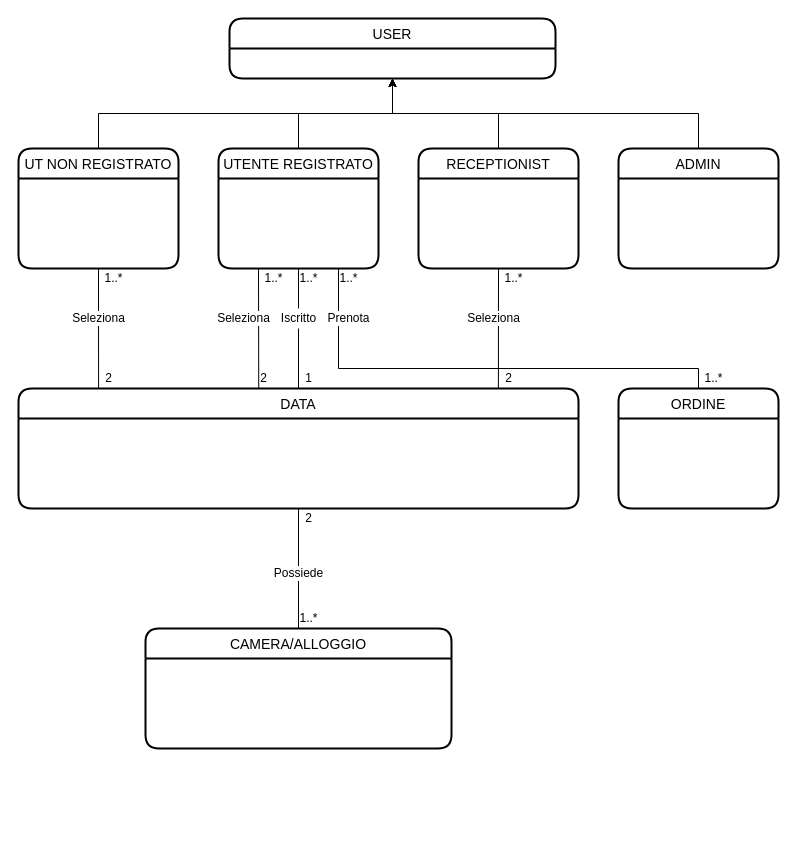
riccardobeniamino/ProgWebGruppo3 keeps this draw.io diagram as Documentazione/ModelloConcettuale.drawio. Above is the earlier version. Source tidied: cells renumbered, new cells numbered last; positions are measured from the earlier drawing's top-left corner, leaving out a move shared by most shapes. Both pictures are drawn from the tidied source at 100%, with x=0, y=0 at pixel (18, 18).
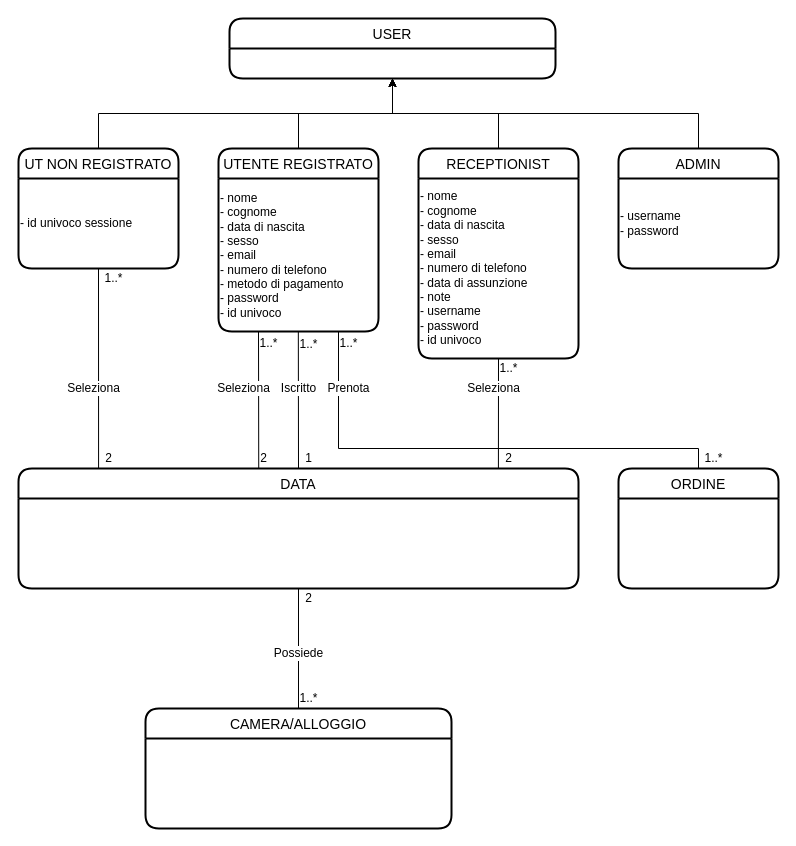
Above is the later version.

Unchanged cells that the change refers to:
```xml
<mxCell id="5" value="UT NON REGISTRATO" style="swimlane;horizontal=1;startSize=30;rounded=1;fontSize=14;fontStyle=0;strokeWidth=2;shadow=0;dashed=0;align=center;gradientColor=none;" parent="1" vertex="1">
  <mxGeometry y="130" width="160" height="120" as="geometry" />
</mxCell>
<mxCell id="14" value="ADMIN" style="swimlane;horizontal=1;startSize=30;rounded=1;fontSize=14;fontStyle=0;strokeWidth=2;shadow=0;dashed=0;align=center;gradientColor=none;" parent="1" vertex="1">
  <mxGeometry x="600" y="130" width="160" height="120" as="geometry" />
</mxCell>
```

Diff of the diagram source:
```diff
@@
+    <mxCell id="41" value="- id univoco sessione" style="text;html=1;align=left;verticalAlign=middle;strokeColor=none;fillColor=none;" parent="5" vertex="1">
+      <mxGeometry y="30" width="160" height="90" as="geometry" />
+    </mxCell>
@@
-    <mxCell id="8" style="edgeStyle=none;rounded=0;jettySize=auto;html=1;exitX=0.5;exitY=1;exitDx=0;exitDy=0;entryX=0.5;entryY=0;entryDx=0;entryDy=0;endArrow=none;endFill=0;startArrow=none;" parent="1" edge="1" source="27" target="17">
+    <mxCell id="8" style="edgeStyle=none;rounded=0;jettySize=auto;html=1;exitX=0.499;exitY=1.003;exitDx=0;exitDy=0;entryX=0.5;entryY=0;entryDx=0;entryDy=0;endArrow=none;endFill=0;startArrow=none;exitPerimeter=0;" parent="1" edge="1" source="42" target="17">
       <mxGeometry relative="1" as="geometry" />
     </mxCell>
     <mxCell id="9" value="UTENTE REGISTRATO" style="swimlane;horizontal=1;startSize=30;rounded=1;fontSize=14;fontStyle=0;strokeWidth=2;shadow=0;dashed=0;align=center;gradientColor=none;" parent="1" vertex="1">
-      <mxGeometry x="200" y="130" width="160" height="120" as="geometry" />
+      <mxGeometry x="200" y="130" width="160" height="183" as="geometry" />
     </mxCell>
+    <mxCell id="42" value="&lt;br&gt;- nome&lt;br&gt;- cognome&lt;br&gt;- data di nascita&lt;br&gt;- sesso&lt;br&gt;- email&lt;br&gt;- numero di telefono&lt;br&gt;- metodo di pagamento&lt;br&gt;- password&lt;br&gt;- id univoco&lt;br&gt;&lt;div&gt;&lt;br&gt;&lt;/div&gt;" style="text;html=1;align=left;verticalAlign=middle;points=[];strokeColor=none;fillColor=none;" parent="9" vertex="1">
+      <mxGeometry y="30" width="160" height="153" as="geometry" />
+    </mxCell>
@@
     <mxCell id="12" value="RECEPTIONIST" style="swimlane;horizontal=1;startSize=30;rounded=1;fontSize=14;fontStyle=0;strokeWidth=2;shadow=0;dashed=0;align=center;gradientColor=none;" parent="1" vertex="1">
-      <mxGeometry x="400" y="130" width="160" height="120" as="geometry" />
+      <mxGeometry x="400" y="130" width="160" height="210" as="geometry" />
     </mxCell>
+    <mxCell id="43" value="- nome&lt;br&gt;- cognome&lt;br&gt;- data di nascita&lt;br&gt;- sesso&lt;br&gt;- email&lt;br&gt;- numero di telefono&lt;br&gt;- data di assunzione&lt;br&gt;- note&lt;br&gt;- username&lt;br&gt;- password&lt;br&gt;- id univoco" style="text;html=1;align=left;verticalAlign=middle;strokeColor=none;fillColor=none;" parent="12" vertex="1">
+      <mxGeometry y="30" width="160" height="180" as="geometry" />
+    </mxCell>
@@
+    <mxCell id="44" value="- username&lt;br&gt;- password" style="text;html=1;align=left;verticalAlign=middle;strokeColor=none;fillColor=none;" parent="14" vertex="1">
+      <mxGeometry y="30" width="160" height="90" as="geometry" />
+    </mxCell>
     <mxCell id="15" value="CAMERA/ALLOGGIO" style="swimlane;horizontal=1;startSize=30;rounded=1;fontSize=14;fontStyle=0;strokeWidth=2;shadow=0;dashed=0;align=center;gradientColor=none;" parent="1" vertex="1">
-      <mxGeometry x="127" y="610" width="306" height="120" as="geometry" />
+      <mxGeometry x="127" y="690" width="306" height="120" as="geometry" />
     </mxCell>
@@
     <mxCell id="17" value="DATA" style="swimlane;horizontal=1;startSize=30;rounded=1;fontSize=14;fontStyle=0;strokeWidth=2;shadow=0;dashed=0;align=center;gradientColor=none;" parent="1" vertex="1">
-      <mxGeometry y="370" width="560" height="120" as="geometry" />
+      <mxGeometry y="450" width="560" height="120" as="geometry" />
     </mxCell>
     <mxCell id="18" value="Seleziona" style="text;html=1;align=center;verticalAlign=middle;strokeColor=none;fillColor=none;shadow=0;glass=0;labelBorderColor=none;labelBackgroundColor=default;" parent="1" vertex="1">
-      <mxGeometry x="190" y="290" width="70" height="20" as="geometry" />
+      <mxGeometry x="190" y="360" width="70" height="20" as="geometry" />
     </mxCell>
     <mxCell id="19" value="Seleziona" style="text;html=1;align=center;verticalAlign=middle;strokeColor=none;fillColor=none;shadow=0;glass=0;labelBorderColor=none;labelBackgroundColor=default;" parent="1" vertex="1">
-      <mxGeometry x="45" y="290" width="70" height="20" as="geometry" />
+      <mxGeometry x="40" y="360" width="70" height="20" as="geometry" />
     </mxCell>
     <mxCell id="20" value="Seleziona" style="text;html=1;align=center;verticalAlign=middle;strokeColor=none;fillColor=none;shadow=0;glass=0;labelBorderColor=none;labelBackgroundColor=default;" parent="1" vertex="1">
-      <mxGeometry x="440" y="290" width="70" height="20" as="geometry" />
+      <mxGeometry x="440" y="360" width="70" height="20" as="geometry" />
     </mxCell>
     <mxCell id="21" value="Possiede" style="text;html=1;align=center;verticalAlign=middle;strokeColor=none;fillColor=none;shadow=0;glass=0;labelBorderColor=none;labelBackgroundColor=default;" parent="1" vertex="1">
-      <mxGeometry x="245" y="545" width="70" height="20" as="geometry" />
+      <mxGeometry x="245" y="625" width="70" height="20" as="geometry" />
     </mxCell>
     <mxCell id="22" style="edgeStyle=none;rounded=0;jettySize=auto;html=1;exitX=0.5;exitY=0;exitDx=0;exitDy=0;endArrow=none;endFill=0;" parent="1" edge="1" source="23">
       <mxGeometry relative="1" as="geometry">
-        <mxPoint x="680" y="350" as="targetPoint" />
+        <mxPoint x="680" y="430" as="targetPoint" />
       </mxGeometry>
     </mxCell>
     <mxCell id="23" value="ORDINE" style="swimlane;horizontal=1;startSize=30;rounded=1;fontSize=14;fontStyle=0;strokeWidth=2;shadow=0;dashed=0;align=center;gradientColor=none;" parent="1" vertex="1">
-      <mxGeometry x="600" y="370" width="160" height="120" as="geometry" />
+      <mxGeometry x="600" y="450" width="160" height="120" as="geometry" />
     </mxCell>
     <mxCell id="24" style="endArrow=none;html=1;rounded=0;entryX=0.75;entryY=1;entryDx=0;entryDy=0;" parent="1" edge="1" target="9">
       <mxGeometry relative="1" as="geometry">
-        <mxPoint x="320" y="350" as="sourcePoint" />
+        <mxPoint x="320" y="430" as="sourcePoint" />
       </mxGeometry>
     </mxCell>
     <mxCell id="25" style="endArrow=none;html=1;rounded=0;" parent="1" edge="1">
       <mxGeometry relative="1" as="geometry">
-        <mxPoint x="320" y="350" as="sourcePoint" />
-        <mxPoint x="680" y="350" as="targetPoint" />
+        <mxPoint x="320" y="430" as="sourcePoint" />
+        <mxPoint x="680" y="430" as="targetPoint" />
       </mxGeometry>
     </mxCell>
     <mxCell id="26" value="Prenota" style="text;html=1;align=center;verticalAlign=middle;strokeColor=none;fillColor=none;shadow=0;glass=0;labelBorderColor=none;labelBackgroundColor=default;" parent="1" vertex="1">
-      <mxGeometry x="300" y="290" width="60" height="20" as="geometry" />
+      <mxGeometry x="300" y="360" width="60" height="20" as="geometry" />
     </mxCell>
     <mxCell id="27" value="Iscritto" style="text;html=1;align=center;verticalAlign=middle;points=[];strokeColor=none;fillColor=none;shadow=0;glass=0;labelBorderColor=none;labelBackgroundColor=default;" parent="1" vertex="1">
-      <mxGeometry x="255" y="290" width="50" height="20" as="geometry" />
+      <mxGeometry x="255" y="360" width="50" height="20" as="geometry" />
     </mxCell>
-    <mxCell id="28" style="edgeStyle=none;rounded=0;jettySize=auto;html=1;exitX=0.5;exitY=1;exitDx=0;exitDy=0;entryX=0.5;entryY=0;entryDx=0;entryDy=0;endArrow=none;endFill=0;" parent="1" edge="1" source="9" target="27">
-      <mxGeometry relative="1" as="geometry" />
-    </mxCell>
@@
     <mxCell id="30" value="1..*" style="text;html=1;align=center;verticalAlign=middle;strokeColor=none;fillColor=none;shadow=0;glass=0;labelBorderColor=none;labelBackgroundColor=default;" parent="1" vertex="1">
-      <mxGeometry x="240" y="250" width="30" height="20" as="geometry" />
+      <mxGeometry x="235" y="315" width="30" height="20" as="geometry" />
     </mxCell>
-    <mxCell id="31" value="1..*" style="text;html=1;align=center;verticalAlign=middle;strokeColor=none;fillColor=none;shadow=0;glass=0;labelBorderColor=none;labelBackgroundColor=default;" parent="1" vertex="1">
-      <mxGeometry x="275" y="250" width="30" height="20" as="geometry" />
-    </mxCell>
     <mxCell id="32" value="1..*" style="text;html=1;align=center;verticalAlign=middle;strokeColor=none;fillColor=none;shadow=0;glass=0;labelBorderColor=none;labelBackgroundColor=default;" parent="1" vertex="1">
-      <mxGeometry x="315" y="250" width="30" height="20" as="geometry" />
+      <mxGeometry x="315" y="315" width="30" height="20" as="geometry" />
     </mxCell>
     <mxCell id="33" value="1..*" style="text;html=1;align=center;verticalAlign=middle;strokeColor=none;fillColor=none;shadow=0;glass=0;labelBorderColor=none;labelBackgroundColor=default;" parent="1" vertex="1">
-      <mxGeometry x="480" y="250" width="30" height="20" as="geometry" />
+      <mxGeometry x="475" y="340" width="30" height="20" as="geometry" />
     </mxCell>
     <mxCell id="34" value="2" style="text;html=1;align=center;verticalAlign=middle;strokeColor=none;fillColor=none;shadow=0;glass=0;labelBorderColor=none;labelBackgroundColor=default;" parent="1" vertex="1">
-      <mxGeometry x="80" y="350" width="20" height="20" as="geometry" />
+      <mxGeometry x="80" y="430" width="20" height="20" as="geometry" />
     </mxCell>
     <mxCell id="35" value="2" style="text;html=1;align=center;verticalAlign=middle;strokeColor=none;fillColor=none;shadow=0;glass=0;labelBorderColor=none;labelBackgroundColor=default;" parent="1" vertex="1">
-      <mxGeometry x="235" y="350" width="20" height="20" as="geometry" />
+      <mxGeometry x="235" y="430" width="20" height="20" as="geometry" />
     </mxCell>
     <mxCell id="36" value="1" style="text;html=1;align=center;verticalAlign=middle;strokeColor=none;fillColor=none;shadow=0;glass=0;labelBorderColor=none;labelBackgroundColor=default;" parent="1" vertex="1">
-      <mxGeometry x="280" y="350" width="20" height="20" as="geometry" />
+      <mxGeometry x="280" y="430" width="20" height="20" as="geometry" />
     </mxCell>
     <mxCell id="37" value="2" style="text;html=1;align=center;verticalAlign=middle;strokeColor=none;fillColor=none;shadow=0;glass=0;labelBorderColor=none;labelBackgroundColor=default;" parent="1" vertex="1">
-      <mxGeometry x="480" y="350" width="20" height="20" as="geometry" />
+      <mxGeometry x="480" y="430" width="20" height="20" as="geometry" />
     </mxCell>
     <mxCell id="38" value="1..*" style="text;html=1;align=center;verticalAlign=middle;strokeColor=none;fillColor=none;shadow=0;glass=0;labelBorderColor=none;labelBackgroundColor=default;" parent="1" vertex="1">
-      <mxGeometry x="680" y="350" width="30" height="20" as="geometry" />
+      <mxGeometry x="680" y="430" width="30" height="20" as="geometry" />
     </mxCell>
     <mxCell id="39" value="1..*" style="text;html=1;align=center;verticalAlign=middle;strokeColor=none;fillColor=none;shadow=0;glass=0;labelBorderColor=none;labelBackgroundColor=default;" parent="1" vertex="1">
-      <mxGeometry x="275" y="590" width="30" height="20" as="geometry" />
+      <mxGeometry x="275" y="670" width="30" height="20" as="geometry" />
     </mxCell>
     <mxCell id="40" value="2" style="text;html=1;align=center;verticalAlign=middle;strokeColor=none;fillColor=none;shadow=0;glass=0;labelBorderColor=none;labelBackgroundColor=default;" parent="1" vertex="1">
-      <mxGeometry x="280" y="490" width="20" height="20" as="geometry" />
+      <mxGeometry x="280" y="570" width="20" height="20" as="geometry" />
     </mxCell>
+    <mxCell id="31" value="1..*" style="text;html=1;align=center;verticalAlign=middle;strokeColor=none;fillColor=none;shadow=0;glass=0;labelBorderColor=none;labelBackgroundColor=default;" parent="1" vertex="1">
+      <mxGeometry x="210" y="325" width="160" as="geometry" />
+    </mxCell>
```
